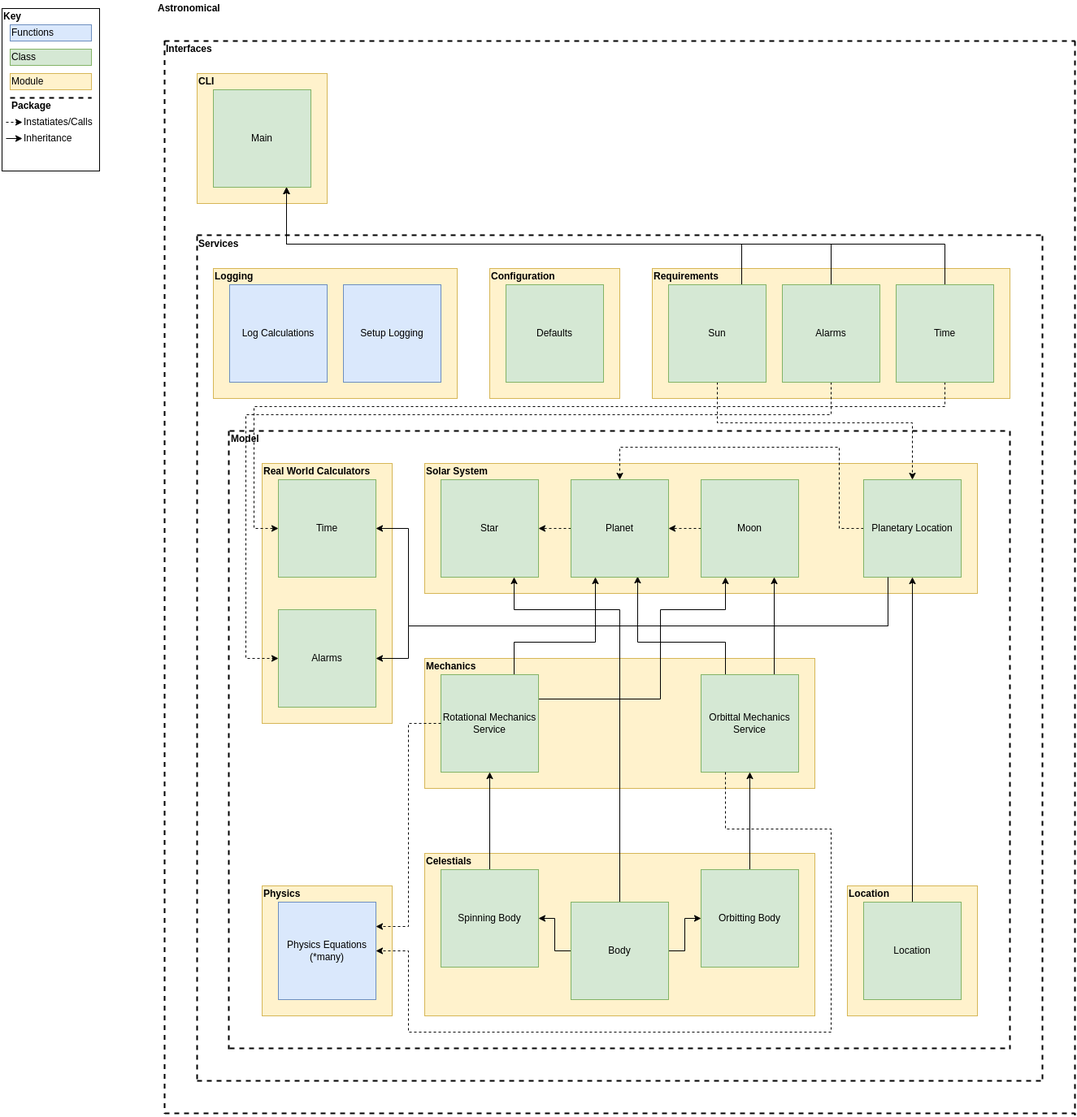
The draw.io diagram img/full_design.png in TheOrganist24/Astronomical, before a commit. Source tidied: cells renumbered, new cells last; positions are measured from the earlier drawing's top-left corner, leaving out a move shared by most shapes.
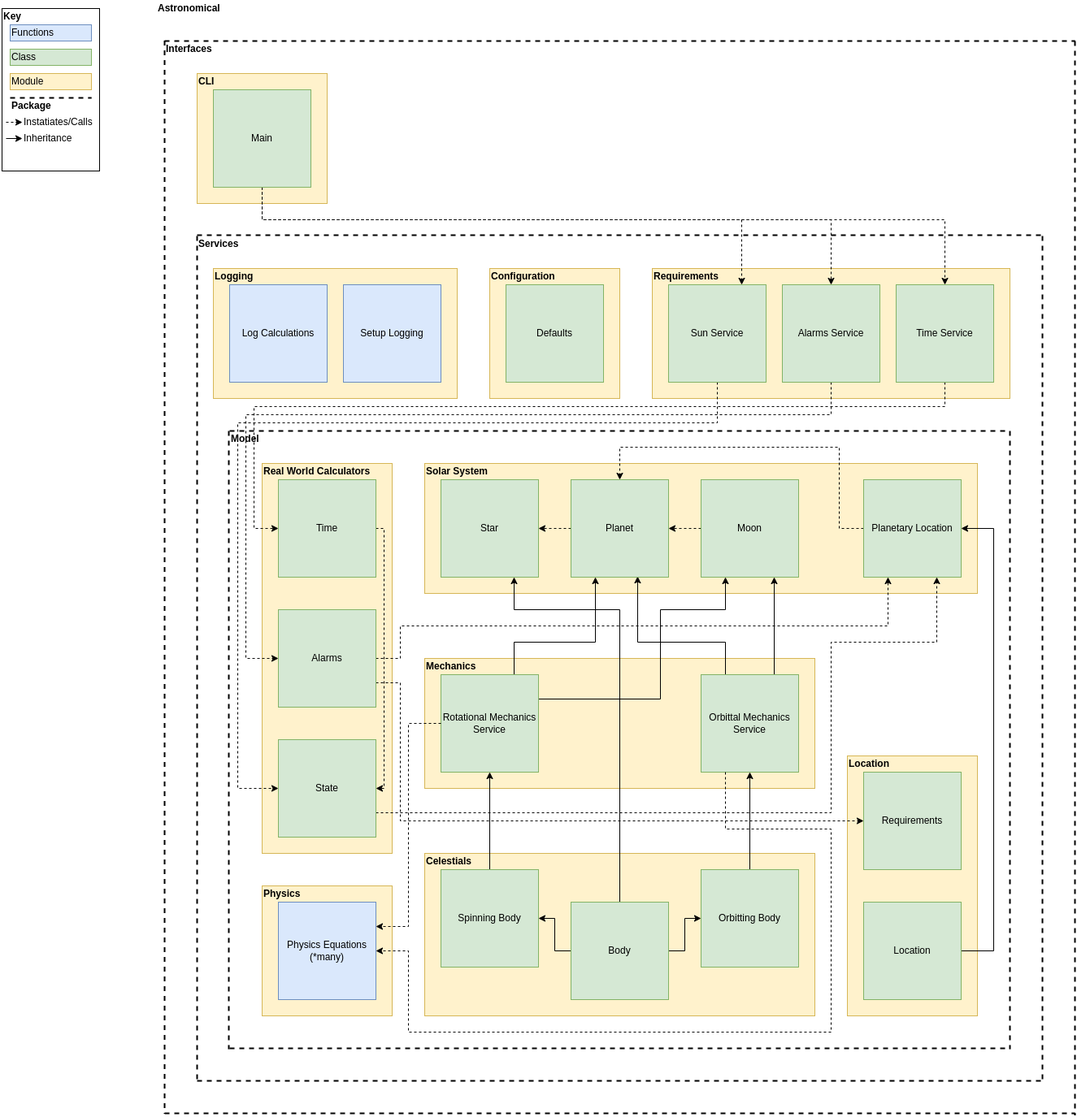
The same diagram one commit later.

Commit message:
FUNC: Rewire CLI and Requirements for Hexagonal Architecture

Diff of the diagram source:
```diff
@@ -6,10 +6,10 @@
       <mxGeometry x="240" y="90" width="160" height="160" as="geometry" />
     </mxCell>
     <mxCell id="3" style="rounded=0;whiteSpace=wrap;html=1;fillColor=#fff2cc;strokeColor=#d6b656;" parent="1" vertex="1">
-      <mxGeometry x="320" y="570" width="160" height="320" as="geometry" />
+      <mxGeometry x="320" y="570" width="160" height="480" as="geometry" />
     </mxCell>
     <mxCell id="4" style="rounded=0;whiteSpace=wrap;html=1;fillColor=#fff2cc;strokeColor=#d6b656;" parent="1" vertex="1">
-      <mxGeometry x="1040" y="1090" width="160" height="160" as="geometry" />
+      <mxGeometry x="1040" y="930" width="160" height="320" as="geometry" />
     </mxCell>
     <mxCell id="5" style="rounded=0;whiteSpace=wrap;html=1;fillColor=#fff2cc;strokeColor=#d6b656;" parent="1" vertex="1">
       <mxGeometry x="520" y="1050" width="480" height="200" as="geometry" />
@@ -84,7 +84,12 @@
       <mxGeometry x="860" y="830" width="120" height="120" as="geometry" />
     </mxCell>
     <mxCell id="22" style="edgeStyle=orthogonalEdgeStyle;rounded=0;jettySize=auto;html=1;" parent="1" edge="1" source="23" target="26">
-      <mxGeometry relative="1" as="geometry" />
+      <mxGeometry relative="1" as="geometry">
+        <Array as="points">
+          <mxPoint x="1220" y="1170" />
+          <mxPoint x="1220" y="650" />
+        </Array>
+      </mxGeometry>
     </mxCell>
     <mxCell id="23" value="Location" style="rounded=0;whiteSpace=wrap;html=1;fillColor=#d5e8d4;strokeColor=#82b366;" parent="1" vertex="1">
       <mxGeometry x="1060" y="1110" width="120" height="120" as="geometry" />
@@ -98,15 +103,6 @@
         </Array>
       </mxGeometry>
     </mxCell>
-    <mxCell id="25" style="edgeStyle=orthogonalEdgeStyle;rounded=0;jettySize=auto;html=1;exitX=0.25;exitY=1;exitDx=0;exitDy=0;entryX=1;entryY=0.5;entryDx=0;entryDy=0;" parent="1" edge="1" source="26" target="91">
-      <mxGeometry relative="1" as="geometry">
-        <Array as="points">
-          <mxPoint x="1090" y="770" />
-          <mxPoint x="500" y="770" />
-          <mxPoint x="500" y="650" />
-        </Array>
-      </mxGeometry>
-    </mxCell>
     <mxCell id="26" value="Planetary Location" style="rounded=0;whiteSpace=wrap;html=1;fillColor=#d5e8d4;strokeColor=#82b366;" parent="1" vertex="1">
       <mxGeometry x="1060" y="590" width="120" height="120" as="geometry" />
     </mxCell>
@@ -217,44 +213,21 @@
         </Array>
       </mxGeometry>
     </mxCell>
-    <mxCell id="54" style="edgeStyle=orthogonalEdgeStyle;rounded=0;jettySize=auto;html=1;exitX=0.75;exitY=0;exitDx=0;exitDy=0;entryX=0.75;entryY=1;entryDx=0;entryDy=0;" parent="1" edge="1" source="56" target="74">
-      <mxGeometry relative="1" as="geometry">
-        <Array as="points">
-          <mxPoint x="910" y="300" />
-          <mxPoint x="350" y="300" />
-        </Array>
-      </mxGeometry>
-    </mxCell>
-    <mxCell id="55" style="edgeStyle=orthogonalEdgeStyle;rounded=0;jettySize=auto;html=1;exitX=0.5;exitY=1;exitDx=0;exitDy=0;entryX=0.5;entryY=0;entryDx=0;entryDy=0;dashed=1;" parent="1" edge="1" source="56" target="26">
+    <mxCell id="55" style="edgeStyle=orthogonalEdgeStyle;rounded=0;jettySize=auto;html=1;exitX=0.5;exitY=1;exitDx=0;exitDy=0;entryX=0;entryY=0.5;entryDx=0;entryDy=0;dashed=1;" parent="1" edge="1" source="56" target="99">
       <mxGeometry relative="1" as="geometry">
         <Array as="points">
           <mxPoint x="880" y="520" />
-          <mxPoint x="1120" y="520" />
+          <mxPoint x="290" y="520" />
+          <mxPoint x="290" y="970" />
         </Array>
       </mxGeometry>
     </mxCell>
-    <mxCell id="56" value="Sun" style="rounded=0;whiteSpace=wrap;html=1;fillColor=#d5e8d4;strokeColor=#82b366;" parent="1" vertex="1">
+    <mxCell id="56" value="Sun Service" style="rounded=0;whiteSpace=wrap;html=1;fillColor=#d5e8d4;strokeColor=#82b366;" parent="1" vertex="1">
       <mxGeometry x="820" y="350" width="120" height="120" as="geometry" />
     </mxCell>
-    <mxCell id="57" style="edgeStyle=orthogonalEdgeStyle;rounded=0;jettySize=auto;html=1;exitX=0.5;exitY=0;exitDx=0;exitDy=0;entryX=0.75;entryY=1;entryDx=0;entryDy=0;" parent="1" edge="1" source="58" target="74">
-      <mxGeometry relative="1" as="geometry">
-        <Array as="points">
-          <mxPoint x="1160" y="300" />
-          <mxPoint x="350" y="300" />
-        </Array>
-      </mxGeometry>
-    </mxCell>
-    <mxCell id="58" value="Time" style="rounded=0;whiteSpace=wrap;html=1;fillColor=#d5e8d4;strokeColor=#82b366;" parent="1" vertex="1">
+    <mxCell id="58" value="Time Service" style="rounded=0;whiteSpace=wrap;html=1;fillColor=#d5e8d4;strokeColor=#82b366;" parent="1" vertex="1">
       <mxGeometry x="1100" y="350" width="120" height="120" as="geometry" />
     </mxCell>
-    <mxCell id="59" style="edgeStyle=orthogonalEdgeStyle;rounded=0;jettySize=auto;html=1;entryX=0.75;entryY=1;entryDx=0;entryDy=0;exitX=0.5;exitY=0;exitDx=0;exitDy=0;" parent="1" edge="1" source="61" target="74">
-      <mxGeometry relative="1" as="geometry">
-        <Array as="points">
-          <mxPoint x="1020" y="300" />
-          <mxPoint x="350" y="300" />
-        </Array>
-      </mxGeometry>
-    </mxCell>
     <mxCell id="60" style="edgeStyle=orthogonalEdgeStyle;rounded=0;jettySize=auto;html=1;exitX=0.5;exitY=1;exitDx=0;exitDy=0;entryX=0;entryY=0.5;entryDx=0;entryDy=0;dashed=1;" parent="1" edge="1" source="61" target="90">
       <mxGeometry relative="1" as="geometry">
         <Array as="points">
@@ -264,7 +237,7 @@
         </Array>
       </mxGeometry>
     </mxCell>
-    <mxCell id="61" value="Alarms" style="rounded=0;whiteSpace=wrap;html=1;fillColor=#d5e8d4;strokeColor=#82b366;" parent="1" vertex="1">
+    <mxCell id="61" value="Alarms Service" style="rounded=0;whiteSpace=wrap;html=1;fillColor=#d5e8d4;strokeColor=#82b366;" parent="1" vertex="1">
       <mxGeometry x="960" y="350" width="120" height="120" as="geometry" />
     </mxCell>
     <mxCell id="62" value="&lt;b&gt;Requirements&lt;/b&gt;" style="text;html=1;strokeColor=none;fillColor=none;align=left;verticalAlign=middle;whiteSpace=wrap;rounded=0;" parent="1" vertex="1">
@@ -306,11 +279,35 @@
     <mxCell id="73" value="&lt;b&gt;CLI&lt;/b&gt;" style="text;html=1;strokeColor=none;fillColor=none;align=left;verticalAlign=middle;whiteSpace=wrap;rounded=0;" parent="1" vertex="1">
       <mxGeometry x="240" y="90" width="80" height="20" as="geometry" />
     </mxCell>
+    <mxCell id="92" style="edgeStyle=orthogonalEdgeStyle;rounded=0;jettySize=auto;html=1;exitX=0.5;exitY=1;exitDx=0;exitDy=0;entryX=0.5;entryY=0;entryDx=0;entryDy=0;dashed=1;" parent="1" edge="1" source="74" target="58">
+      <mxGeometry relative="1" as="geometry">
+        <Array as="points">
+          <mxPoint x="320" y="270" />
+          <mxPoint x="1160" y="270" />
+        </Array>
+      </mxGeometry>
+    </mxCell>
+    <mxCell id="93" style="edgeStyle=orthogonalEdgeStyle;rounded=0;jettySize=auto;html=1;exitX=0.5;exitY=1;exitDx=0;exitDy=0;dashed=1;" parent="1" edge="1" source="74" target="61">
+      <mxGeometry relative="1" as="geometry">
+        <Array as="points">
+          <mxPoint x="320" y="270" />
+          <mxPoint x="1020" y="270" />
+        </Array>
+      </mxGeometry>
+    </mxCell>
+    <mxCell id="94" style="edgeStyle=orthogonalEdgeStyle;rounded=0;jettySize=auto;html=1;exitX=0.5;exitY=1;exitDx=0;exitDy=0;entryX=0.75;entryY=0;entryDx=0;entryDy=0;dashed=1;" parent="1" edge="1" source="74" target="56">
+      <mxGeometry relative="1" as="geometry">
+        <Array as="points">
+          <mxPoint x="320" y="270" />
+          <mxPoint x="910" y="270" />
+        </Array>
+      </mxGeometry>
+    </mxCell>
     <mxCell id="74" value="Main" style="rounded=0;whiteSpace=wrap;html=1;fillColor=#d5e8d4;strokeColor=#82b366;" parent="1" vertex="1">
       <mxGeometry x="260" y="110" width="120" height="120" as="geometry" />
     </mxCell>
     <mxCell id="75" value="&lt;b&gt;Location&lt;/b&gt;" style="text;html=1;strokeColor=none;fillColor=none;align=left;verticalAlign=middle;whiteSpace=wrap;rounded=0;" parent="1" vertex="1">
-      <mxGeometry x="1040" y="1090" width="80" height="20" as="geometry" />
+      <mxGeometry x="1040" y="930" width="80" height="20" as="geometry" />
     </mxCell>
     <mxCell id="76" style="edgeStyle=orthogonalEdgeStyle;rounded=0;jettySize=auto;html=1;exitX=0;exitY=0.5;exitDx=0;exitDy=0;strokeWidth=1;dashed=1;entryX=1;entryY=0.25;entryDx=0;entryDy=0;" parent="1" edge="1" source="18" target="38">
       <mxGeometry relative="1" as="geometry">
@@ -386,20 +383,51 @@
     <mxCell id="88" value="&lt;b&gt;Real World Calculators&lt;/b&gt;" style="text;html=1;strokeColor=none;fillColor=none;align=left;verticalAlign=middle;whiteSpace=wrap;rounded=0;" parent="1" vertex="1">
       <mxGeometry x="320" y="570" width="140" height="20" as="geometry" />
     </mxCell>
-    <mxCell id="89" style="edgeStyle=orthogonalEdgeStyle;rounded=0;jettySize=auto;html=1;exitX=0.25;exitY=1;exitDx=0;exitDy=0;entryX=1;entryY=0.5;entryDx=0;entryDy=0;" parent="1" edge="1" source="26" target="90">
-      <mxGeometry relative="1" as="geometry">
-        <Array as="points">
-          <mxPoint x="1090" y="770" />
-          <mxPoint x="500" y="770" />
-          <mxPoint x="500" y="810" />
-        </Array>
-      </mxGeometry>
-    </mxCell>
+    <mxCell id="95" style="edgeStyle=orthogonalEdgeStyle;rounded=0;jettySize=auto;html=1;exitX=1;exitY=0.5;exitDx=0;exitDy=0;entryX=0.25;entryY=1;entryDx=0;entryDy=0;dashed=1;" parent="1" edge="1" source="90" target="26">
+      <mxGeometry relative="1" as="geometry">
+        <Array as="points">
+          <mxPoint x="490" y="810" />
+          <mxPoint x="490" y="770" />
+          <mxPoint x="1090" y="770" />
+        </Array>
+      </mxGeometry>
+    </mxCell>
+    <mxCell id="96" style="edgeStyle=orthogonalEdgeStyle;rounded=0;jettySize=auto;html=1;exitX=1;exitY=0.75;exitDx=0;exitDy=0;entryX=0;entryY=0.5;entryDx=0;entryDy=0;dashed=1;" parent="1" edge="1" source="90" target="100">
+      <mxGeometry relative="1" as="geometry">
+        <Array as="points">
+          <mxPoint x="490" y="840" />
+          <mxPoint x="490" y="1010" />
+        </Array>
+      </mxGeometry>
+    </mxCell>
     <mxCell id="90" value="Alarms" style="rounded=0;whiteSpace=wrap;html=1;fillColor=#d5e8d4;strokeColor=#82b366;" parent="1" vertex="1">
       <mxGeometry x="340" y="750" width="120" height="120" as="geometry" />
     </mxCell>
+    <mxCell id="97" style="edgeStyle=orthogonalEdgeStyle;rounded=0;jettySize=auto;html=1;exitX=1;exitY=0.5;exitDx=0;exitDy=0;entryX=1;entryY=0.5;entryDx=0;entryDy=0;dashed=1;" parent="1" edge="1" source="91" target="99">
+      <mxGeometry relative="1" as="geometry">
+        <Array as="points">
+          <mxPoint x="470" y="650" />
+          <mxPoint x="470" y="970" />
+        </Array>
+      </mxGeometry>
+    </mxCell>
     <mxCell id="91" value="Time" style="rounded=0;whiteSpace=wrap;html=1;fillColor=#d5e8d4;strokeColor=#82b366;" parent="1" vertex="1">
       <mxGeometry x="340" y="590" width="120" height="120" as="geometry" />
     </mxCell>
+    <mxCell id="98" style="edgeStyle=orthogonalEdgeStyle;rounded=0;jettySize=auto;html=1;exitX=1;exitY=0.75;exitDx=0;exitDy=0;entryX=0.75;entryY=1;entryDx=0;entryDy=0;dashed=1;" parent="1" edge="1" source="99" target="26">
+      <mxGeometry relative="1" as="geometry">
+        <Array as="points">
+          <mxPoint x="1020" y="1000" />
+          <mxPoint x="1020" y="790" />
+          <mxPoint x="1150" y="790" />
+        </Array>
+      </mxGeometry>
+    </mxCell>
+    <mxCell id="99" value="State" style="rounded=0;whiteSpace=wrap;html=1;fillColor=#d5e8d4;strokeColor=#82b366;" parent="1" vertex="1">
+      <mxGeometry x="340" y="910" width="120" height="120" as="geometry" />
+    </mxCell>
+    <mxCell id="100" value="Requirements" style="rounded=0;whiteSpace=wrap;html=1;fillColor=#d5e8d4;strokeColor=#82b366;" parent="1" vertex="1">
+      <mxGeometry x="1060" y="950" width="120" height="120" as="geometry" />
+    </mxCell>
   </root>
 </mxGraphModel>
```
